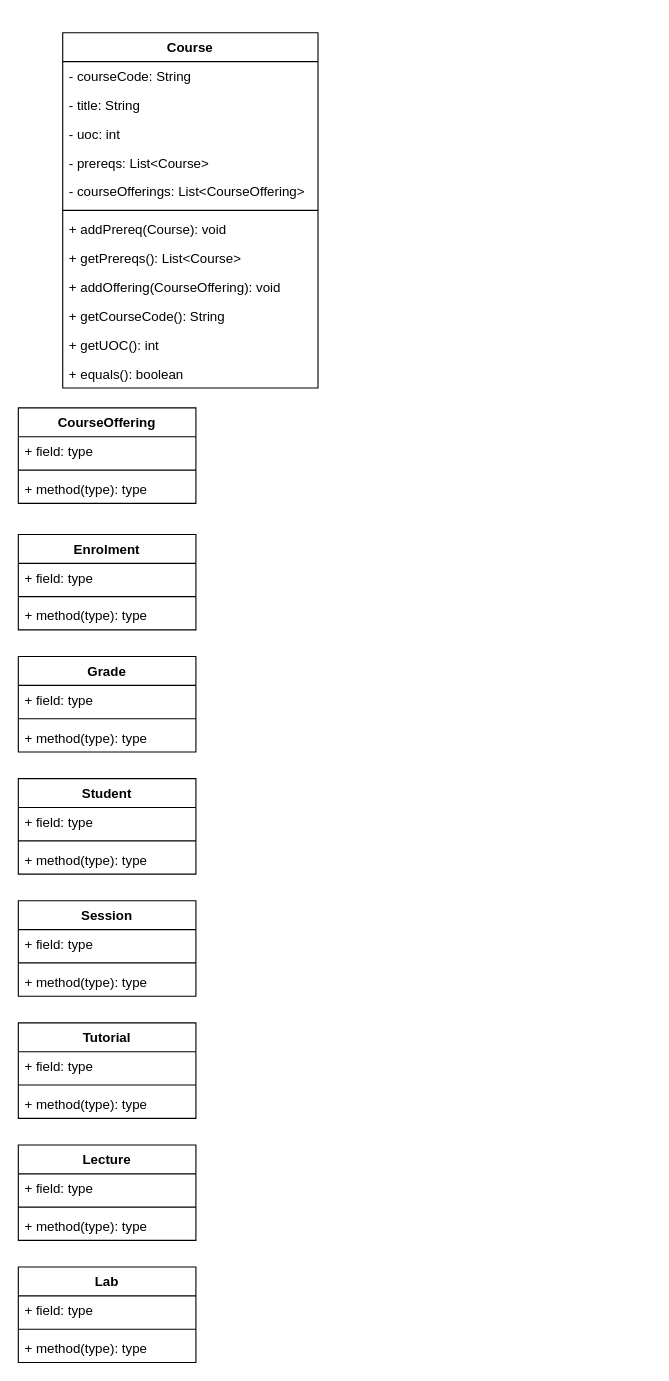
This is lab3.drawio from iLostMyEyes/comp2511-lab3, a draw.io file, before an edit. Source tidied: cells renumbered, new cells numbered last; positions are measured from the earlier drawing's top-left corner, leaving out a move shared by most shapes. Both pictures are drawn from the tidied source at 111%, with x=0, y=0 at pixel (18, 32).
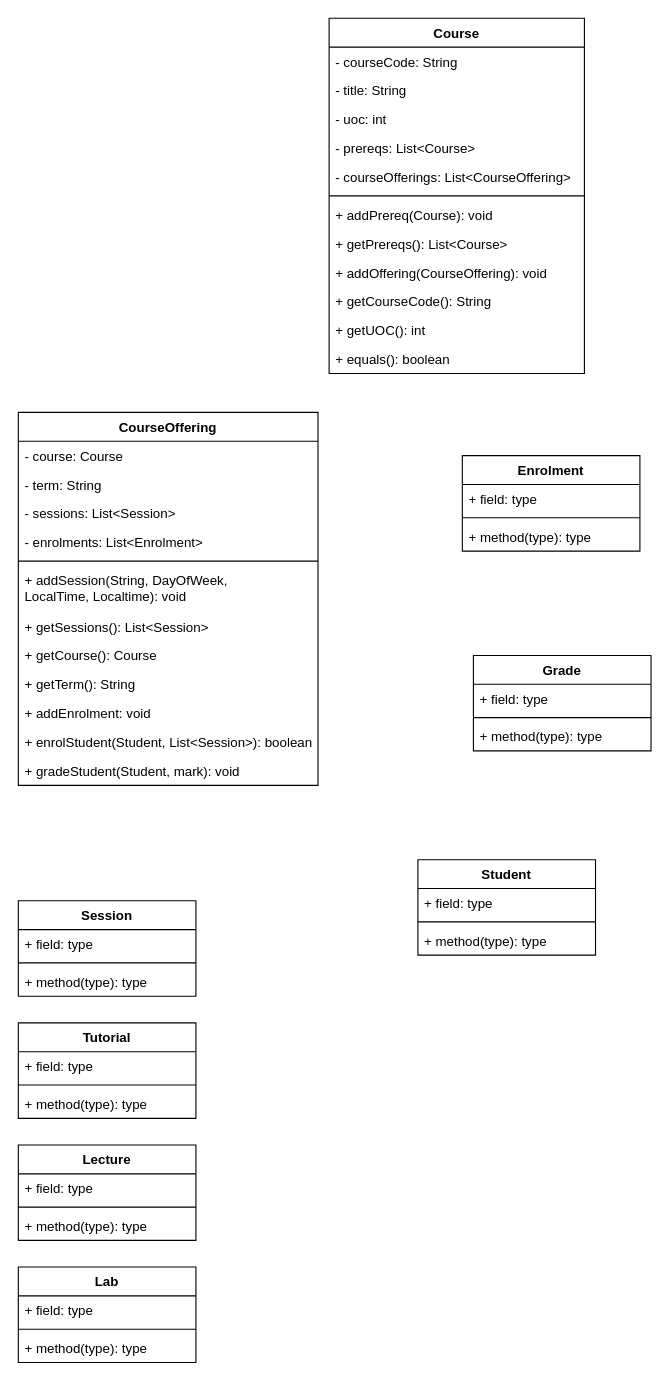
The same page after the edit.

Diff of the diagram source:
```diff
@@
     <mxCell id="2" value="Course" style="swimlane;fontStyle=1;align=center;verticalAlign=top;horizontal=1;startSize=26;" parent="1" vertex="1">
-      <mxGeometry x="40" width="230" height="320" as="geometry" />
+      <mxGeometry x="280" y="-13" width="230" height="320" as="geometry" />
     </mxCell>
@@
     <mxCell id="15" value="CourseOffering" style="swimlane;fontStyle=1;align=center;verticalAlign=top;horizontal=1;startSize=26;" parent="1" vertex="1">
-      <mxGeometry y="338" width="160" height="86" as="geometry" />
+      <mxGeometry y="342" width="270" height="336" as="geometry" />
     </mxCell>
-    <mxCell id="16" value="+ field: type" style="text;strokeColor=none;fillColor=none;align=left;verticalAlign=top;spacingLeft=4;spacingRight=4;overflow=hidden;" parent="15" vertex="1">
-      <mxGeometry y="26" width="160" height="26" as="geometry" />
+    <mxCell id="16" value="- course: Course" style="text;strokeColor=none;fillColor=none;align=left;verticalAlign=top;spacingLeft=4;spacingRight=4;overflow=hidden;" parent="15" vertex="1">
+      <mxGeometry y="26" width="270" height="26" as="geometry" />
     </mxCell>
+    <mxCell id="47" value="- term: String" style="text;strokeColor=none;fillColor=none;align=left;verticalAlign=top;spacingLeft=4;spacingRight=4;overflow=hidden;" parent="15" vertex="1">
+      <mxGeometry y="52" width="270" height="26" as="geometry" />
+    </mxCell>
+    <mxCell id="48" value="- sessions: List&lt;Session&gt;" style="text;strokeColor=none;fillColor=none;align=left;verticalAlign=top;spacingLeft=4;spacingRight=4;overflow=hidden;" parent="15" vertex="1">
+      <mxGeometry y="78" width="270" height="26" as="geometry" />
+    </mxCell>
+    <mxCell id="49" value="- enrolments: List&lt;Enrolment&gt;" style="text;strokeColor=none;fillColor=none;align=left;verticalAlign=top;spacingLeft=4;spacingRight=4;overflow=hidden;" parent="15" vertex="1">
+      <mxGeometry y="104" width="270" height="26" as="geometry" />
+    </mxCell>
     <mxCell id="17" style="line;strokeWidth=1;fillColor=none;align=left;verticalAlign=middle;spacingTop=-1;spacingLeft=3;spacingRight=3;labelPosition=right;" parent="15" vertex="1">
-      <mxGeometry y="52" width="160" height="8" as="geometry" />
+      <mxGeometry y="130" width="270" height="8" as="geometry" />
     </mxCell>
-    <mxCell id="18" value="+ method(type): type" style="text;strokeColor=none;fillColor=none;align=left;verticalAlign=top;spacingLeft=4;spacingRight=4;overflow=hidden;" parent="15" vertex="1">
-      <mxGeometry y="60" width="160" height="26" as="geometry" />
+    <mxCell id="18" value="+ addSession(String, DayOfWeek, &#10;LocalTime, Localtime): void" style="text;strokeColor=none;fillColor=none;align=left;verticalAlign=top;spacingLeft=4;spacingRight=4;overflow=hidden;" parent="15" vertex="1">
+      <mxGeometry y="138" width="270" height="42" as="geometry" />
     </mxCell>
+    <mxCell id="50" value="+ getSessions(): List&lt;Session&gt;" style="text;strokeColor=none;fillColor=none;align=left;verticalAlign=top;spacingLeft=4;spacingRight=4;overflow=hidden;" parent="15" vertex="1">
+      <mxGeometry y="180" width="270" height="26" as="geometry" />
+    </mxCell>
+    <mxCell id="51" value="+ getCourse(): Course" style="text;strokeColor=none;fillColor=none;align=left;verticalAlign=top;spacingLeft=4;spacingRight=4;overflow=hidden;" parent="15" vertex="1">
+      <mxGeometry y="206" width="270" height="26" as="geometry" />
+    </mxCell>
+    <mxCell id="52" value="+ getTerm(): String" style="text;strokeColor=none;fillColor=none;align=left;verticalAlign=top;spacingLeft=4;spacingRight=4;overflow=hidden;" parent="15" vertex="1">
+      <mxGeometry y="232" width="270" height="26" as="geometry" />
+    </mxCell>
+    <mxCell id="53" value="+ addEnrolment: void" style="text;strokeColor=none;fillColor=none;align=left;verticalAlign=top;spacingLeft=4;spacingRight=4;overflow=hidden;" parent="15" vertex="1">
+      <mxGeometry y="258" width="270" height="26" as="geometry" />
+    </mxCell>
+    <mxCell id="54" value="+ enrolStudent(Student, List&lt;Session&gt;): boolean" style="text;strokeColor=none;fillColor=none;align=left;verticalAlign=top;spacingLeft=4;spacingRight=4;overflow=hidden;" parent="15" vertex="1">
+      <mxGeometry y="284" width="270" height="26" as="geometry" />
+    </mxCell>
+    <mxCell id="55" value="+ gradeStudent(Student, mark): void" style="text;strokeColor=none;fillColor=none;align=left;verticalAlign=top;spacingLeft=4;spacingRight=4;overflow=hidden;" parent="15" vertex="1">
+      <mxGeometry y="310" width="270" height="26" as="geometry" />
+    </mxCell>
     <mxCell id="19" value="Enrolment" style="swimlane;fontStyle=1;align=center;verticalAlign=top;horizontal=1;startSize=26;" parent="1" vertex="1">
-      <mxGeometry y="452" width="160" height="86" as="geometry" />
+      <mxGeometry x="400" y="381" width="160" height="86" as="geometry" />
     </mxCell>
@@
     <mxCell id="23" value="Grade" style="swimlane;fontStyle=1;align=center;verticalAlign=top;horizontal=1;startSize=26;" parent="1" vertex="1">
-      <mxGeometry y="562" width="160" height="86" as="geometry" />
+      <mxGeometry x="410" y="561" width="160" height="86" as="geometry" />
     </mxCell>
@@
     <mxCell id="27" value="Student" style="swimlane;fontStyle=1;align=center;verticalAlign=top;horizontal=1;startSize=26;" parent="1" vertex="1">
-      <mxGeometry y="672" width="160" height="86" as="geometry" />
+      <mxGeometry x="360" y="745" width="160" height="86" as="geometry" />
     </mxCell>
```
